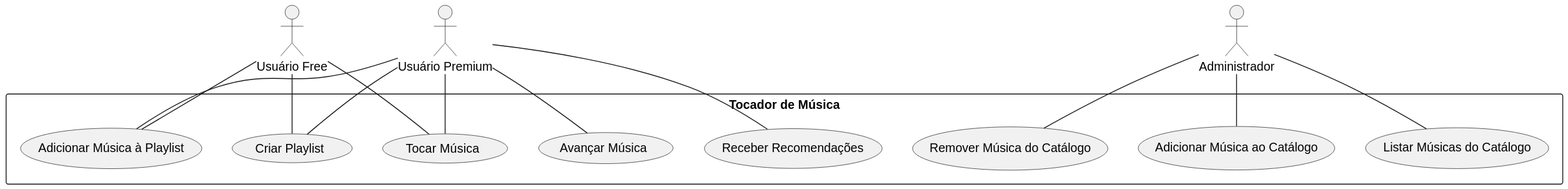
Before: Diagramas/SVGs/Diagrama de Casos de Uso.svg, a diagram exported from PlantUML (manuelafba/trabalhoFinalProg2).
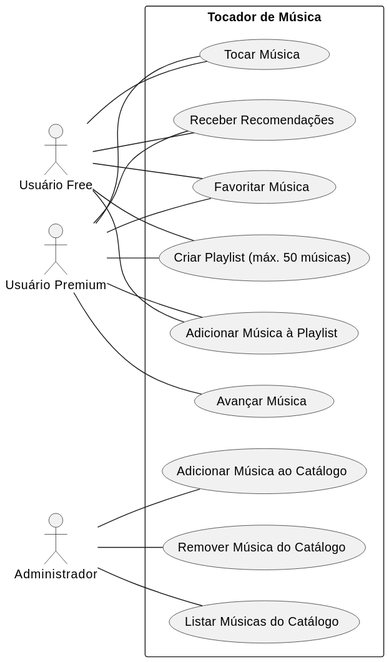
The same diagram one commit later.

Commit message:
Atualizando Diagramas

Change to the diagram source:
```diff
@@ -1,28 +1,36 @@
 @startuml
+left to right direction
+
 actor "Usuário Free" as Free
 actor "Usuário Premium" as Premium
 actor "Administrador" as Admin
 
 rectangle "Tocador de Música" {
-    usecase "Criar Playlist" as U1
+    usecase "Criar Playlist (máx. 50 músicas)" as U1
     usecase "Adicionar Música à Playlist" as U2
     usecase "Tocar Música" as U3
     usecase "Avançar Música" as U4
     usecase "Receber Recomendações" as U5
-    usecase "Adicionar Música ao Catálogo" as U6
-    usecase "Remover Música do Catálogo" as U7
-    usecase "Listar Músicas do Catálogo" as U8
+    usecase "Favoritar Música" as U6
+    usecase "Adicionar Música ao Catálogo" as U7
+    usecase "Remover Música do Catálogo" as U8
+    usecase "Listar Músicas do Catálogo" as U9
 }
 
 Free -- U1
 Free -- U2
 Free -- U3
+Free -- U5
+Free -- U6
+
 Premium -- U1
 Premium -- U2
 Premium -- U3
 Premium -- U4
 Premium -- U5
-Admin -- U6
+Premium -- U6
+
 Admin -- U7
 Admin -- U8
+Admin -- U9
 @enduml
```
